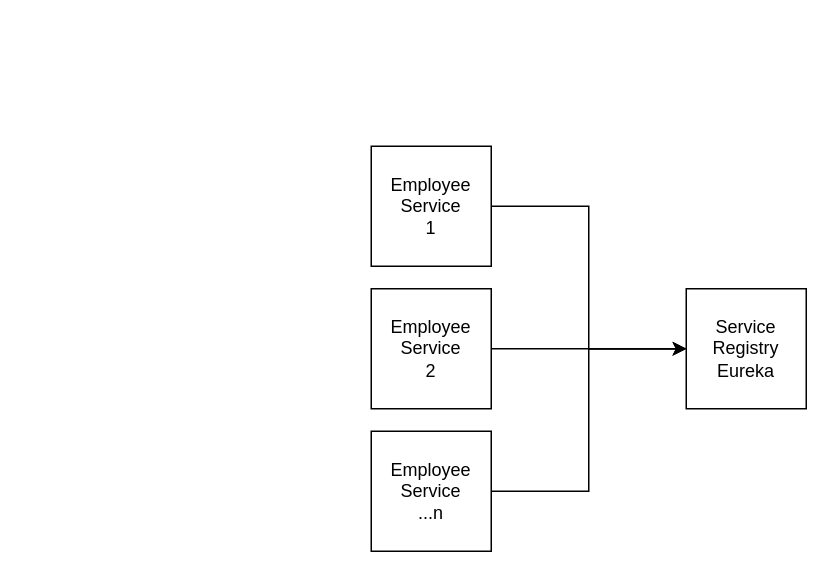
fhermq/diagrams keeps this draw.io diagram as page "Página-2" (2 of 2) of SpringCloud.drawio. Above is the earlier version. Source tidied: cells renumbered, new cells numbered last; positions are measured from the earlier drawing's top-left corner, leaving out a move shared by most shapes. Both pictures are drawn from the tidied source at 150%, with x=0, y=0 at pixel (370, 146).
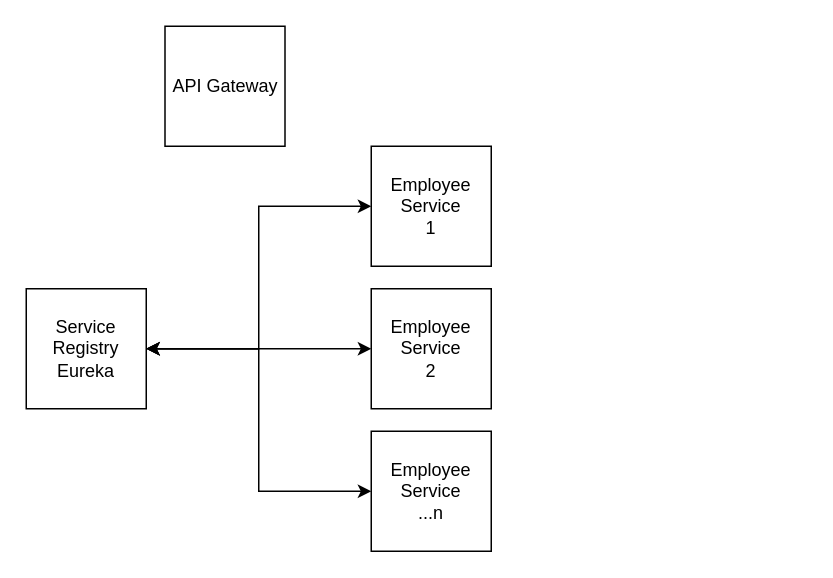
After the change.

Diff of the diagram source:
```diff
@@
 <mxGraphModel>
   <root>
     <mxCell id="0" />
     <mxCell id="1" parent="0" />
     <mxCell id="2" value="Service Registry&lt;br&gt;Eureka" style="whiteSpace=wrap;html=1;" parent="1" vertex="1">
-      <mxGeometry x="210" y="95" width="80" height="80" as="geometry" />
+      <mxGeometry x="-230" y="95" width="80" height="80" as="geometry" />
     </mxCell>
-    <mxCell id="3" style="edgeStyle=orthogonalEdgeStyle;rounded=0;jettySize=auto;html=1;entryX=0;entryY=0.5;entryDx=0;entryDy=0;" parent="1" edge="1" source="4" target="2">
+    <mxCell id="3" style="edgeStyle=orthogonalEdgeStyle;rounded=0;jettySize=auto;html=1;entryX=1;entryY=0.5;entryDx=0;entryDy=0;startArrow=classic;startFill=1;" parent="1" edge="1" source="4" target="2">
       <mxGeometry relative="1" as="geometry" />
     </mxCell>
     <mxCell id="4" value="Employee Service&lt;br&gt;1" style="whiteSpace=wrap;html=1;" parent="1" vertex="1">
       <mxGeometry width="80" height="80" as="geometry" />
     </mxCell>
-    <mxCell id="5" style="edgeStyle=orthogonalEdgeStyle;rounded=0;jettySize=auto;html=1;" parent="1" edge="1" source="6" target="2">
+    <mxCell id="5" style="edgeStyle=orthogonalEdgeStyle;rounded=0;jettySize=auto;html=1;entryX=1;entryY=0.5;entryDx=0;entryDy=0;startArrow=classic;startFill=1;" parent="1" edge="1" source="6" target="2">
       <mxGeometry relative="1" as="geometry" />
     </mxCell>
     <mxCell id="6" value="Employee Service&lt;br&gt;2" style="whiteSpace=wrap;html=1;" parent="1" vertex="1">
       <mxGeometry y="95" width="80" height="80" as="geometry" />
     </mxCell>
-    <mxCell id="7" style="edgeStyle=orthogonalEdgeStyle;rounded=0;jettySize=auto;html=1;entryX=0;entryY=0.5;entryDx=0;entryDy=0;" parent="1" edge="1" source="8" target="2">
+    <mxCell id="7" style="edgeStyle=orthogonalEdgeStyle;rounded=0;jettySize=auto;html=1;entryX=1;entryY=0.5;entryDx=0;entryDy=0;startArrow=classic;startFill=1;" parent="1" edge="1" source="8" target="2">
       <mxGeometry relative="1" as="geometry" />
     </mxCell>
     <mxCell id="8" value="Employee Service&lt;br&gt;...n" style="whiteSpace=wrap;html=1;" parent="1" vertex="1">
       <mxGeometry y="190" width="80" height="80" as="geometry" />
     </mxCell>
+    <mxCell id="9" value="API Gateway" style="whiteSpace=wrap;html=1;" parent="1" vertex="1">
+      <mxGeometry x="-137.5" y="-80" width="80" height="80" as="geometry" />
+    </mxCell>
   </root>
 </mxGraphModel>
```
